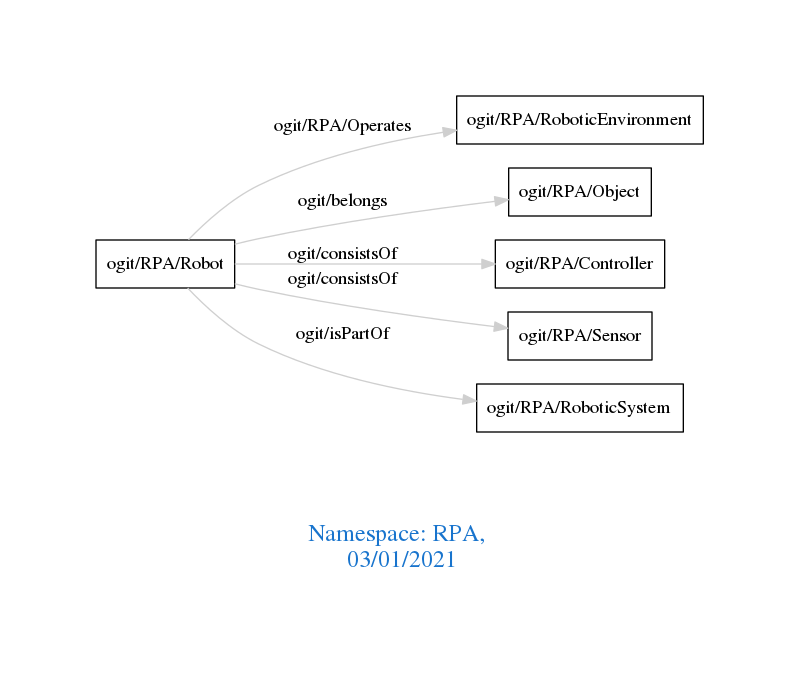
Earlier version of the Graphviz export downloads/RPA.png (arago/OGIT). Its source is kept beside it as downloads/RPA.dot.
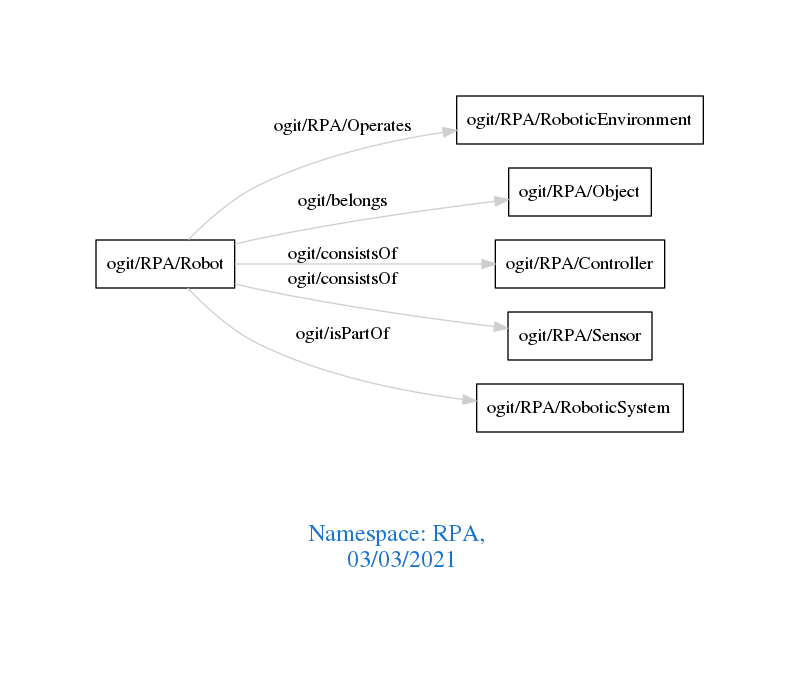
Above is the later version.

What changed in the source:
```diff
@@ -1,7 +1,7 @@
 digraph OGIT_ontology {
  graph [ rankdir= LR,pad=1
 fontsize = 18,
-fontcolor= dodgerblue3,label = "\n\n\nNamespace: RPA, \n 03/01/2021"];
+fontcolor= dodgerblue3,label = "\n\n\nNamespace: RPA, \n 03/03/2021"];
 node[shape=polygon];
 edge [  color="gray81"];
 
```
